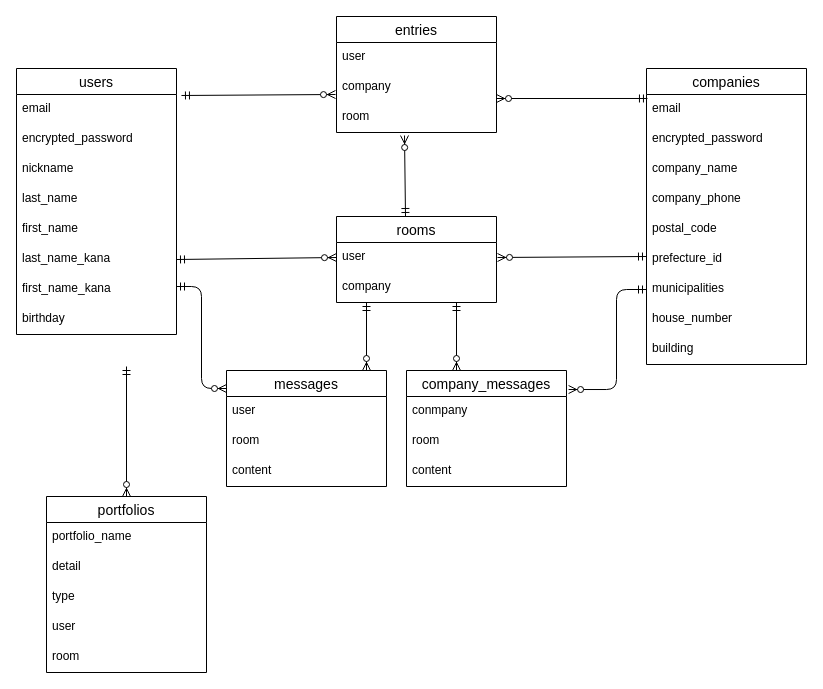
junta-nakamura/Howmuch3 keeps this draw.io diagram as howmuch.dio. Above is the earlier version. Source tidied: cells renumbered, new cells numbered last; positions are measured from the earlier drawing's top-left corner, leaving out a move shared by most shapes. Both pictures are drawn from the tidied source at 100%, with x=0, y=0 at pixel (16, 16).
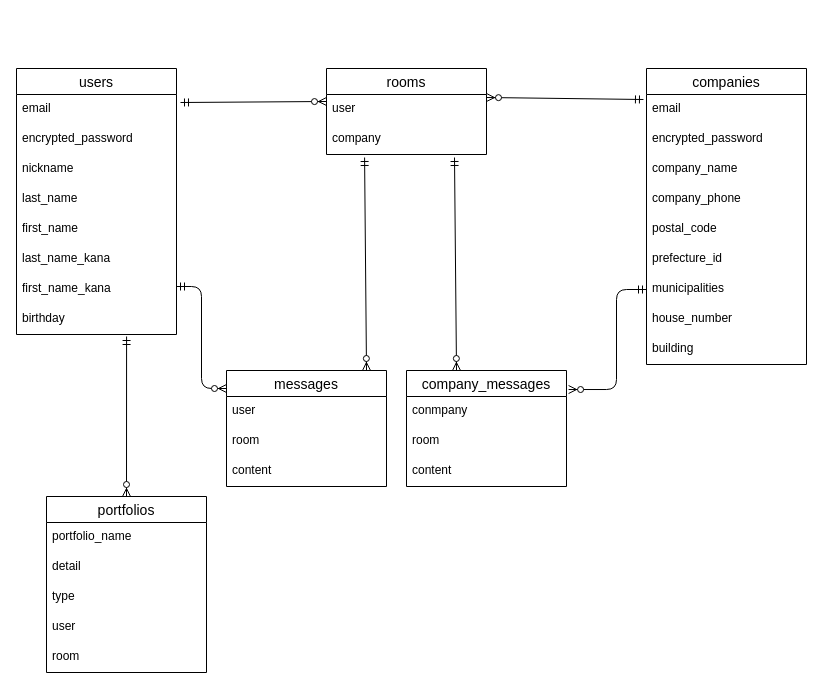
After the change.

Unchanged cells that the change refers to:
```xml
<mxCell id="7" value="email" style="text;strokeColor=none;fillColor=none;spacingLeft=4;spacingRight=4;overflow=hidden;points=[[0,0.5],[1,0.5]];portConstraint=eastwest;fontSize=12;" parent="6" vertex="1">
  <mxGeometry y="26" width="160" height="30" as="geometry" />
</mxCell>
<mxCell id="16" value="portfolios" style="swimlane;fontStyle=0;horizontal=1;startSize=26;align=center;fontSize=14;" parent="1" vertex="1">
  <mxGeometry x="30" y="480" width="160" height="176" as="geometry" />
</mxCell>
<mxCell id="23" value="email" style="text;strokeColor=none;fillColor=none;spacingLeft=4;spacingRight=4;overflow=hidden;points=[[0,0.5],[1,0.5]];portConstraint=eastwest;fontSize=12;" parent="22" vertex="1">
  <mxGeometry y="26" width="160" height="30" as="geometry" />
</mxCell>
<mxCell id="28" value="last_name_kana" style="text;strokeColor=none;fillColor=none;spacingLeft=4;spacingRight=4;overflow=hidden;points=[[0,0.5],[1,0.5]];portConstraint=eastwest;fontSize=12;" parent="22" vertex="1">
  <mxGeometry y="176" width="160" height="30" as="geometry" />
</mxCell>
<mxCell id="30" value="birthday" style="text;strokeColor=none;fillColor=none;spacingLeft=4;spacingRight=4;overflow=hidden;points=[[0,0.5],[1,0.5]];portConstraint=eastwest;fontSize=12;" parent="22" vertex="1">
  <mxGeometry y="236" width="160" height="30" as="geometry" />
</mxCell>
<mxCell id="32" value="user" style="text;strokeColor=none;fillColor=none;spacingLeft=4;spacingRight=4;overflow=hidden;points=[[0,0.5],[1,0.5]];portConstraint=eastwest;fontSize=12;" parent="31" vertex="1">
  <mxGeometry y="26" width="160" height="30" as="geometry" />
</mxCell>
<mxCell id="33" value="company" style="text;strokeColor=none;fillColor=none;spacingLeft=4;spacingRight=4;overflow=hidden;points=[[0,0.5],[1,0.5]];portConstraint=eastwest;fontSize=12;" parent="31" vertex="1">
  <mxGeometry y="56" width="160" height="30" as="geometry" />
</mxCell>
```

Change to the diagram source:
```diff
@@
-    <mxCell id="2" value="entries" style="swimlane;fontStyle=0;horizontal=1;startSize=26;align=center;fontSize=14;" parent="1" vertex="1">
-      <mxGeometry x="320" width="160" height="116" as="geometry" />
-    </mxCell>
-    <mxCell id="3" value="user" style="text;strokeColor=none;fillColor=none;spacingLeft=4;spacingRight=4;overflow=hidden;fontSize=12;" parent="2" vertex="1">
-      <mxGeometry y="26" width="160" height="30" as="geometry" />
-    </mxCell>
-    <mxCell id="4" value="company" style="text;strokeColor=none;fillColor=none;spacingLeft=4;spacingRight=4;overflow=hidden;fontSize=12;" parent="2" vertex="1">
-      <mxGeometry y="56" width="160" height="30" as="geometry" />
-    </mxCell>
-    <mxCell id="5" value="room" style="text;strokeColor=none;fillColor=none;spacingLeft=4;spacingRight=4;overflow=hidden;points=[[0,0.5],[1,0.5]];portConstraint=eastwest;fontSize=12;" parent="2" vertex="1">
-      <mxGeometry y="86" width="160" height="30" as="geometry" />
-    </mxCell>
@@
     <mxCell id="31" value="rooms" style="swimlane;fontStyle=0;horizontal=1;startSize=26;align=center;fontSize=14;" parent="1" vertex="1">
-      <mxGeometry x="320" y="200" width="160" height="86" as="geometry" />
+      <mxGeometry x="310" y="52" width="160" height="86" as="geometry" />
     </mxCell>
@@
-    <mxCell id="34" style="fontSize=12;html=1;endArrow=ERzeroToMany;startArrow=ERmandOne;entryX=0.5;entryY=0;entryDx=0;entryDy=0;" parent="1" edge="1" target="16">
-      <mxGeometry relative="1" as="geometry">
-        <mxPoint x="110" y="350" as="sourcePoint" />
-      </mxGeometry>
+    <mxCell id="34" style="fontSize=12;html=1;endArrow=ERzeroToMany;startArrow=ERmandOne;entryX=0.5;entryY=0;entryDx=0;entryDy=0;exitX=0.688;exitY=1.067;exitDx=0;exitDy=0;exitPerimeter=0;" parent="1" edge="1" source="30" target="16">
+      <mxGeometry relative="1" as="geometry" />
     </mxCell>
-    <mxCell id="35" style="fontSize=12;html=1;endArrow=ERzeroToMany;startArrow=ERmandOne;exitX=1.031;exitY=0.033;exitDx=0;exitDy=0;exitPerimeter=0;" parent="1" edge="1" source="23">
-      <mxGeometry relative="1" as="geometry">
-        <mxPoint x="319" y="78" as="targetPoint" />
-      </mxGeometry>
-    </mxCell>
-    <mxCell id="36" style="fontSize=12;html=1;endArrow=ERzeroToMany;startArrow=ERmandOne;entryX=0;entryY=0.5;entryDx=0;entryDy=0;exitX=1;exitY=0.5;exitDx=0;exitDy=0;" parent="1" edge="1" source="28" target="32">
+    <mxCell id="36" style="fontSize=12;html=1;endArrow=ERzeroToMany;startArrow=ERmandOne;entryX=0;entryY=0.233;entryDx=0;entryDy=0;exitX=1.025;exitY=0.267;exitDx=0;exitDy=0;exitPerimeter=0;entryPerimeter=0;" parent="1" edge="1" source="23" target="32">
       <mxGeometry relative="1" as="geometry" />
     </mxCell>
-    <mxCell id="37" style="fontSize=12;html=1;endArrow=ERzeroToMany;startArrow=ERmandOne;exitX=0.006;exitY=0.133;exitDx=0;exitDy=0;exitPerimeter=0;entryX=1;entryY=-0.133;entryDx=0;entryDy=0;entryPerimeter=0;" parent="1" edge="1" source="7" target="5">
-      <mxGeometry relative="1" as="geometry" />
-    </mxCell>
-    <mxCell id="38" style="fontSize=12;html=1;endArrow=ERzeroToMany;startArrow=ERmandOne;exitX=-0.006;exitY=0.833;exitDx=0;exitDy=0;exitPerimeter=0;" parent="1" edge="1">
+    <mxCell id="38" style="fontSize=12;html=1;endArrow=ERzeroToMany;startArrow=ERmandOne;exitX=-0.019;exitY=0.167;exitDx=0;exitDy=0;exitPerimeter=0;" parent="1" edge="1" source="7">
       <mxGeometry relative="1" as="geometry">
-        <mxPoint x="630" y="240" as="sourcePoint" />
-        <mxPoint x="481" y="241" as="targetPoint" />
+        <mxPoint x="470" y="81" as="targetPoint" />
       </mxGeometry>
     </mxCell>
@@
-    <mxCell id="45" style="fontSize=12;html=1;endArrow=ERzeroToMany;startArrow=ERmandOne;entryX=0.45;entryY=-0.014;entryDx=0;entryDy=0;entryPerimeter=0;" parent="1" edge="1">
+    <mxCell id="45" style="fontSize=12;html=1;endArrow=ERzeroToMany;startArrow=ERmandOne;entryX=0.45;entryY=-0.014;entryDx=0;entryDy=0;entryPerimeter=0;exitX=0.238;exitY=1.1;exitDx=0;exitDy=0;exitPerimeter=0;" parent="1" edge="1" source="33">
       <mxGeometry relative="1" as="geometry">
-        <mxPoint x="350" y="286" as="sourcePoint" />
         <mxPoint x="350" y="354" as="targetPoint" />
       </mxGeometry>
     </mxCell>
-    <mxCell id="46" style="fontSize=12;html=1;endArrow=ERzeroToMany;startArrow=ERmandOne;exitX=0.425;exitY=1.1;exitDx=0;exitDy=0;exitPerimeter=0;entryX=0.425;entryY=1.1;entryDx=0;entryDy=0;entryPerimeter=0;" parent="1" edge="1" target="5">
-      <mxGeometry relative="1" as="geometry">
-        <mxPoint x="389" y="200" as="sourcePoint" />
-      </mxGeometry>
-    </mxCell>
@@
-    <mxCell id="51" style="fontSize=12;html=1;endArrow=ERzeroToMany;startArrow=ERmandOne;entryX=0.45;entryY=-0.014;entryDx=0;entryDy=0;entryPerimeter=0;" parent="1" edge="1">
+    <mxCell id="51" style="fontSize=12;html=1;endArrow=ERzeroToMany;startArrow=ERmandOne;entryX=0.45;entryY=-0.014;entryDx=0;entryDy=0;entryPerimeter=0;exitX=0.8;exitY=1.1;exitDx=0;exitDy=0;exitPerimeter=0;" parent="1" edge="1" source="33">
       <mxGeometry relative="1" as="geometry">
-        <mxPoint x="440" y="286" as="sourcePoint" />
         <mxPoint x="440" y="354" as="targetPoint" />
       </mxGeometry>
     </mxCell>
```
